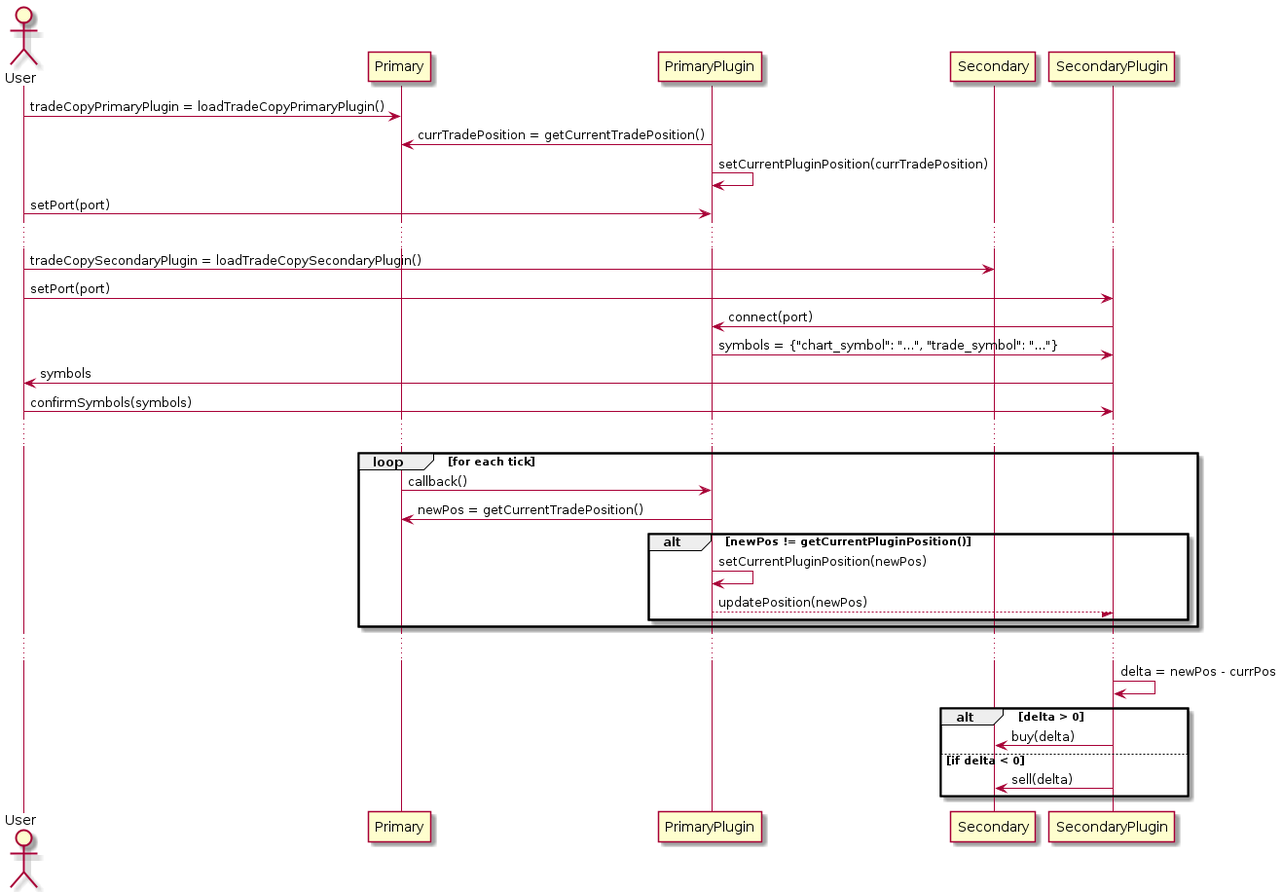
sohailsomani/sc_position_copy keeps this PlantUML diagram as dev/sequence.png. Above is the earlier version.
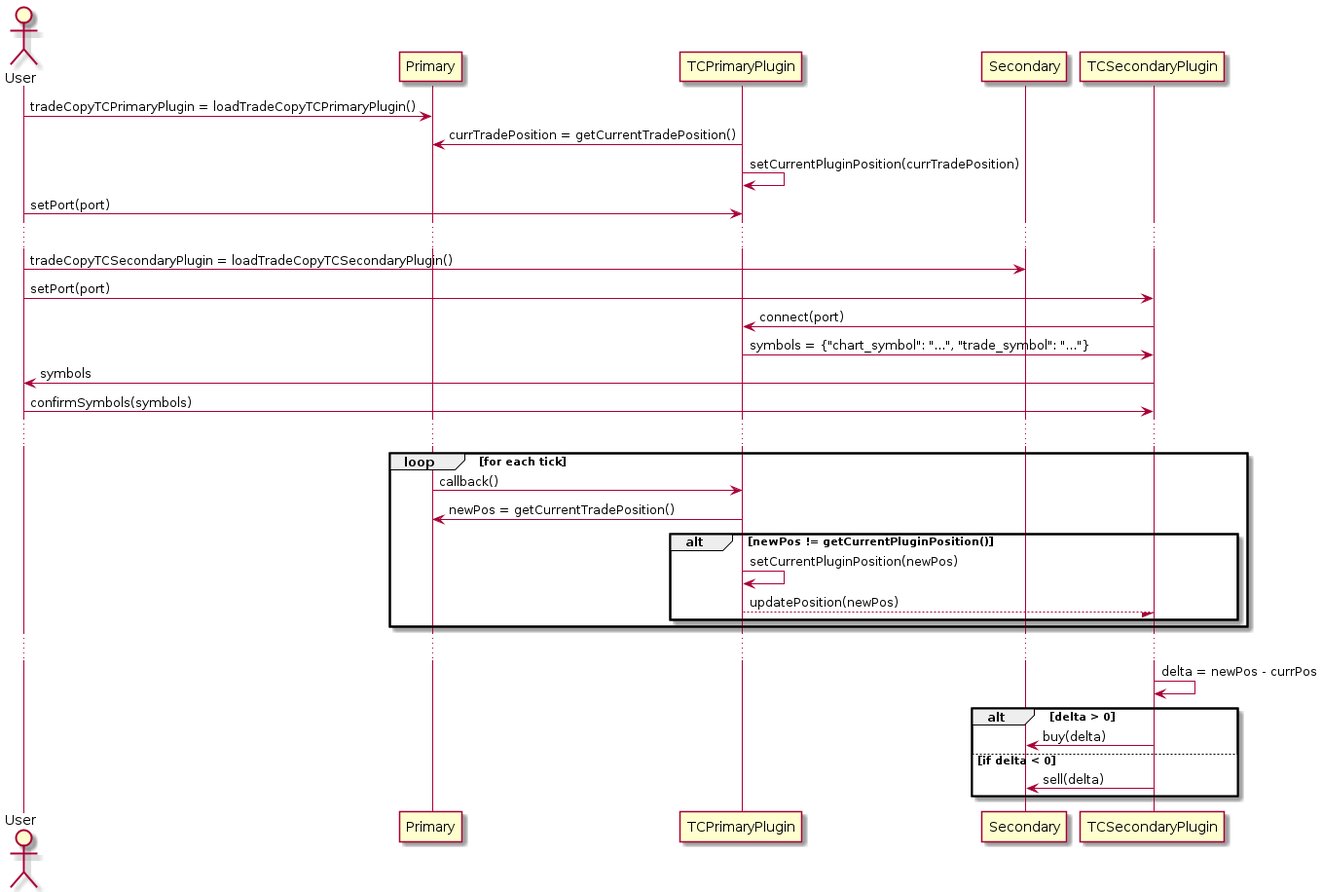
The same file after the commit.

Commit message:
Add class diagram

Change to the diagram source:
```diff
@@ -2,35 +2,35 @@
 
 actor User
 participant Primary
-participant PrimaryPlugin
+participant TCPrimaryPlugin
 participant Secondary
-participant SecondaryPlugin
+participant TCSecondaryPlugin
 
-User -> Primary: tradeCopyPrimaryPlugin = loadTradeCopyPrimaryPlugin()
-PrimaryPlugin -> Primary: currTradePosition = getCurrentTradePosition()
-PrimaryPlugin -> PrimaryPlugin: setCurrentPluginPosition(currTradePosition)
-User -> PrimaryPlugin: setPort(port)
+User -> Primary: tradeCopyTCPrimaryPlugin = loadTradeCopyTCPrimaryPlugin()
+TCPrimaryPlugin -> Primary: currTradePosition = getCurrentTradePosition()
+TCPrimaryPlugin -> TCPrimaryPlugin: setCurrentPluginPosition(currTradePosition)
+User -> TCPrimaryPlugin: setPort(port)
 ...
-User -> Secondary: tradeCopySecondaryPlugin = loadTradeCopySecondaryPlugin()
-User -> SecondaryPlugin: setPort(port)
-SecondaryPlugin -> PrimaryPlugin: connect(port)
-PrimaryPlugin -> SecondaryPlugin: symbols = {"chart_symbol": "...", "trade_symbol": "..."}
-SecondaryPlugin -> User: symbols
-User -> SecondaryPlugin: confirmSymbols(symbols)
+User -> Secondary: tradeCopyTCSecondaryPlugin = loadTradeCopyTCSecondaryPlugin()
+User -> TCSecondaryPlugin: setPort(port)
+TCSecondaryPlugin -> TCPrimaryPlugin: connect(port)
+TCPrimaryPlugin -> TCSecondaryPlugin: symbols = {"chart_symbol": "...", "trade_symbol": "..."}
+TCSecondaryPlugin -> User: symbols
+User -> TCSecondaryPlugin: confirmSymbols(symbols)
 ...
 loop for each tick
-Primary -> PrimaryPlugin: callback()
-PrimaryPlugin -> Primary: newPos = getCurrentTradePosition()
+Primary -> TCPrimaryPlugin: callback()
+TCPrimaryPlugin -> Primary: newPos = getCurrentTradePosition()
 alt newPos != getCurrentPluginPosition()
-  PrimaryPlugin -> PrimaryPlugin: setCurrentPluginPosition(newPos)
-  PrimaryPlugin --/ SecondaryPlugin: updatePosition(newPos)
+  TCPrimaryPlugin -> TCPrimaryPlugin: setCurrentPluginPosition(newPos)
+  TCPrimaryPlugin --/ TCSecondaryPlugin: updatePosition(newPos)
 end
 end
 ...
-SecondaryPlugin -> SecondaryPlugin: delta = newPos - currPos
+TCSecondaryPlugin -> TCSecondaryPlugin: delta = newPos - currPos
 alt delta > 0
-  SecondaryPlugin -> Secondary: buy(delta)
+  TCSecondaryPlugin -> Secondary: buy(delta)
 else if delta < 0
-  SecondaryPlugin -> Secondary: sell(delta)
+  TCSecondaryPlugin -> Secondary: sell(delta)
 end
 @enduml
```
